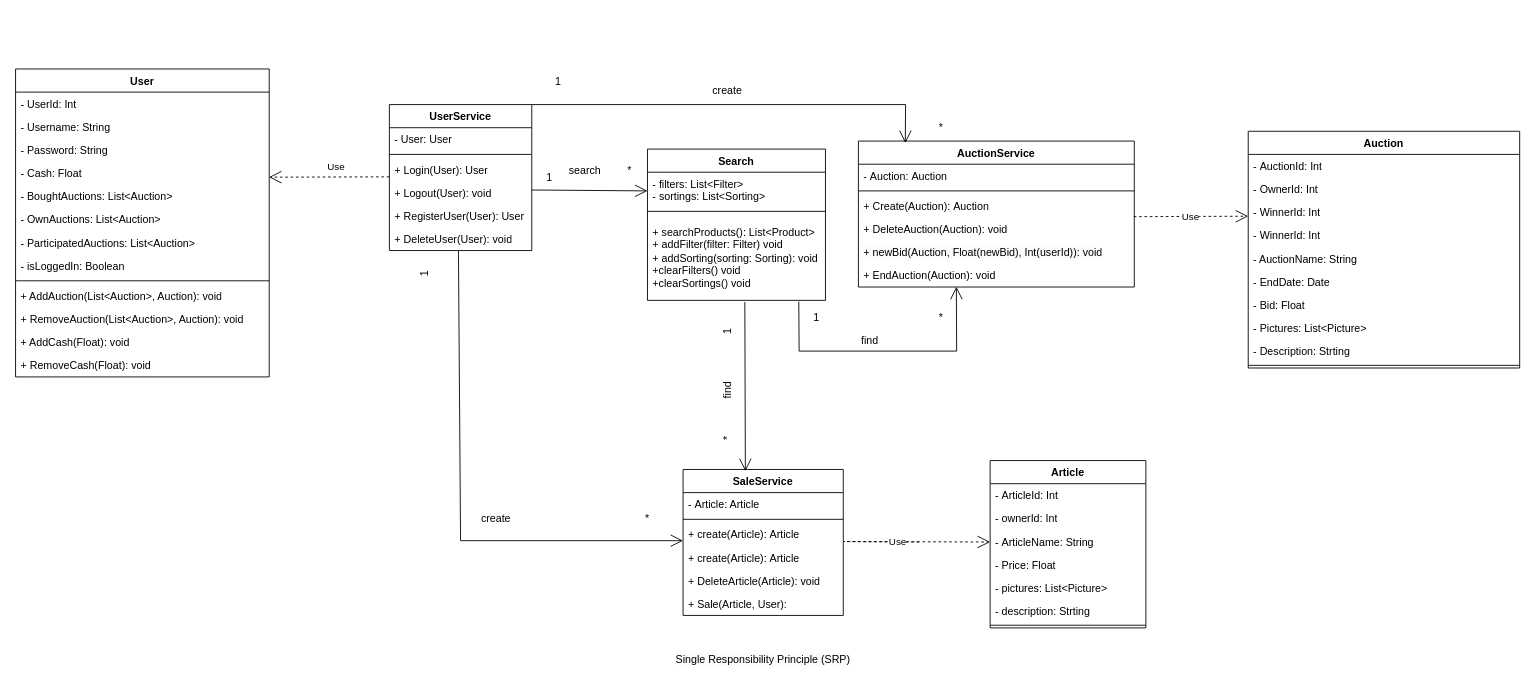
The draw.io diagram doc/use-cases/class-diagrams/class-diagram.drawio in lucariebel/online-shop, before the edit. Source tidied: cells renumbered, new cells numbered last; positions are measured from the earlier drawing's top-left corner, leaving out a move shared by most shapes. Both pictures are drawn from the tidied source at 89%, with x=0, y=0 at pixel (15, 69).
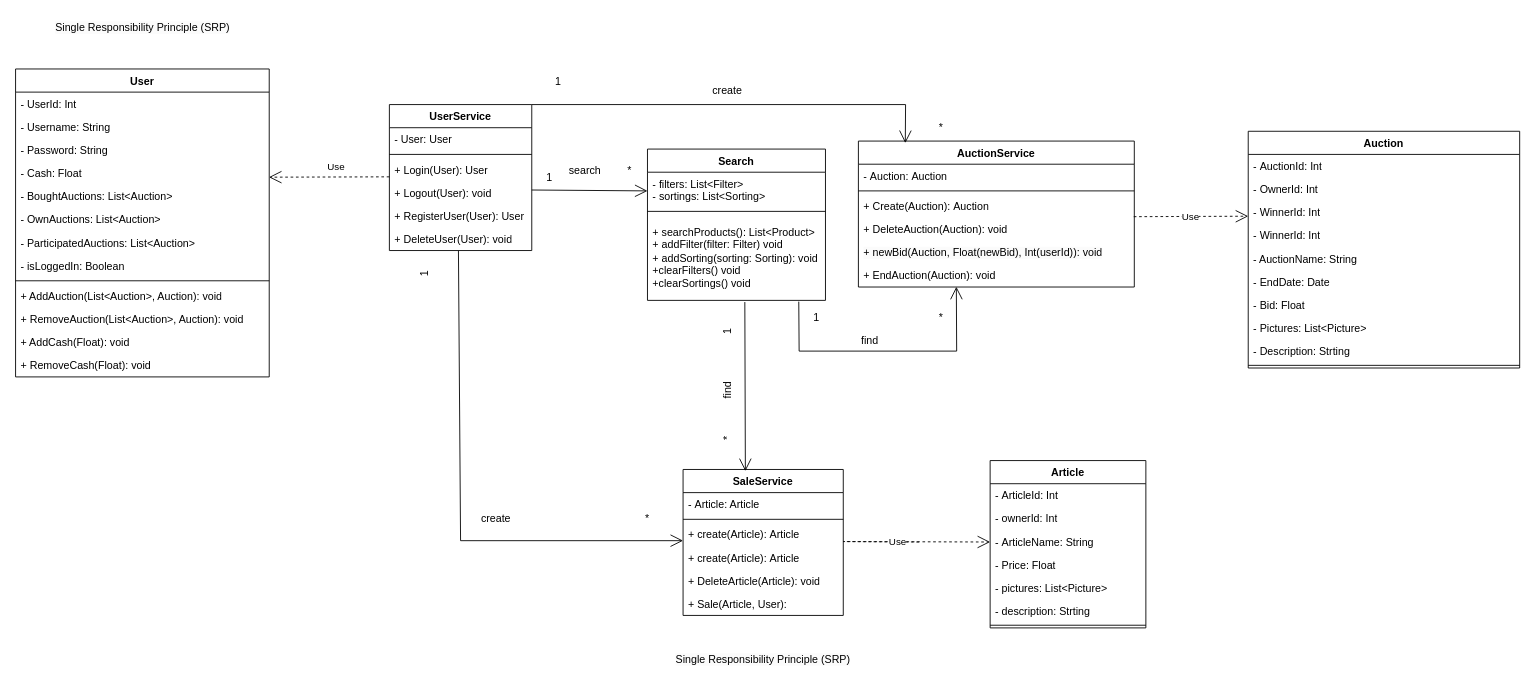
The same page after the edit.

Change to the diagram source:
```diff
@@
+    <mxCell id="84" value="&lt;span style=&quot;color: rgb(0, 0, 0); font-family: Helvetica; font-size: 12px; font-style: normal; font-variant-ligatures: normal; font-variant-caps: normal; font-weight: 400; letter-spacing: normal; orphans: 2; text-indent: 0px; text-transform: none; widows: 2; word-spacing: 0px; -webkit-text-stroke-width: 0px; white-space: normal; background-color: rgb(251, 251, 251); text-decoration-thickness: initial; text-decoration-style: initial; text-decoration-color: initial; float: none; display: inline !important;&quot;&gt;Single Responsibility Principle (SRP)&lt;/span&gt;" style="text;whiteSpace=wrap;html=1;align=center;" parent="1" vertex="1">
+      <mxGeometry x="27.5" y="-60" width="230" height="40" as="geometry" />
+    </mxCell>
```
